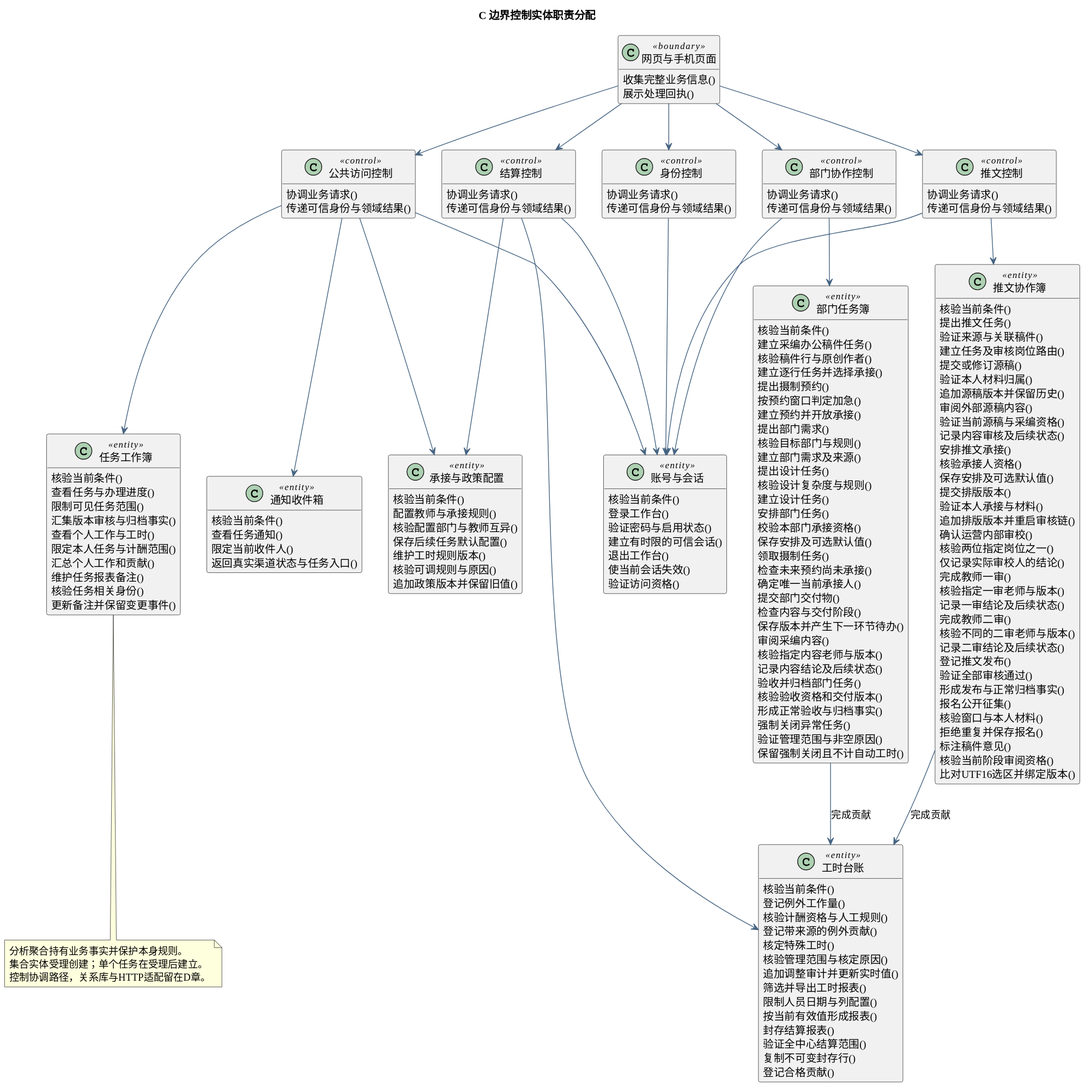
The PlantUML diagram docs/diagrams/analysis/class-responsibilities.svg in tccc1csu/miniprogram-csu, before a commit.
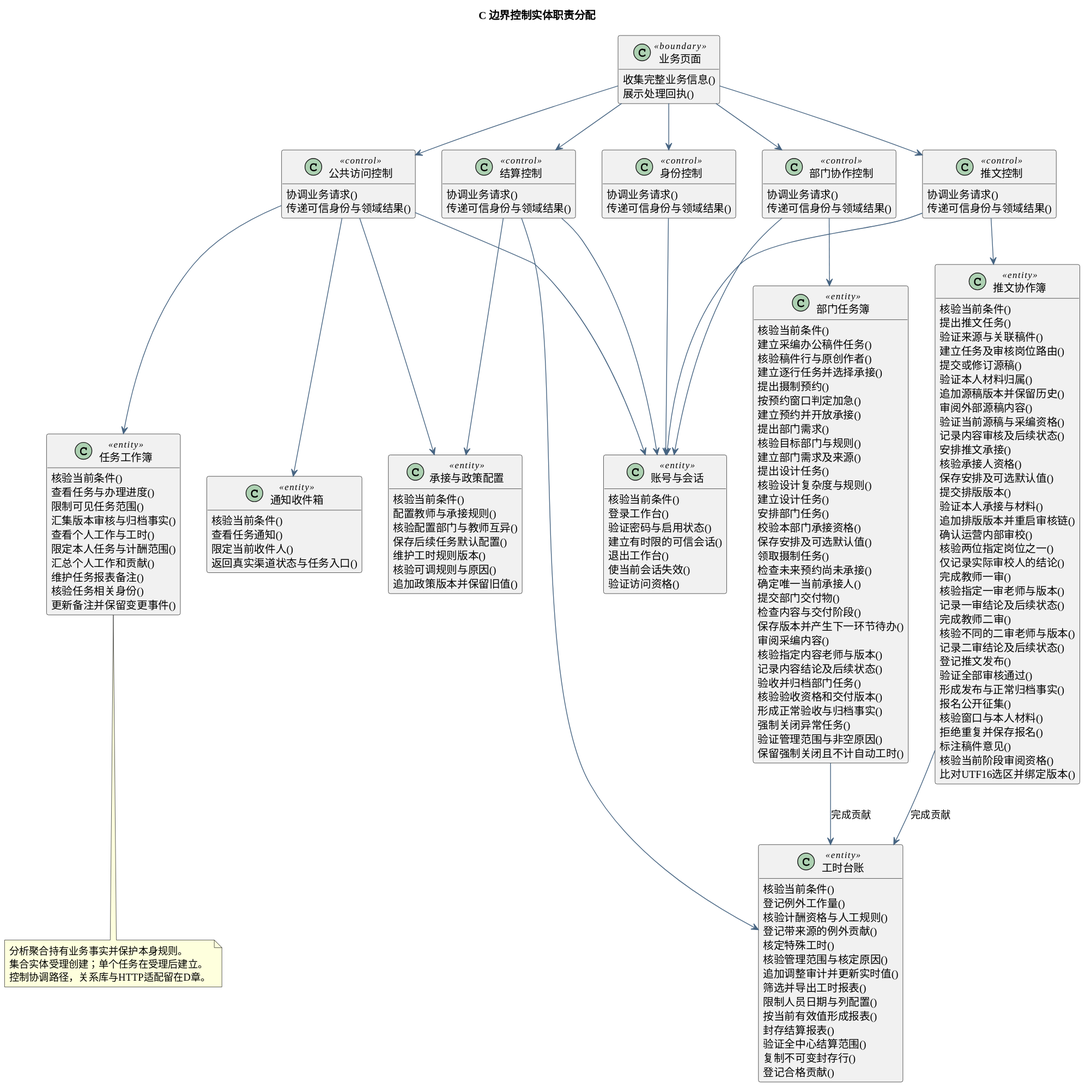
The same file after the commit.

The edit, as a diff of the source:
```diff
@@ -7,7 +7,7 @@
 hide empty members
 title C 边界控制实体职责分配
 top to bottom direction
-class "网页与手机页面" as UI <<boundary>> {
+class "业务页面" as UI <<boundary>> {
 收集完整业务信息()
 展示处理回执()
 }
```
